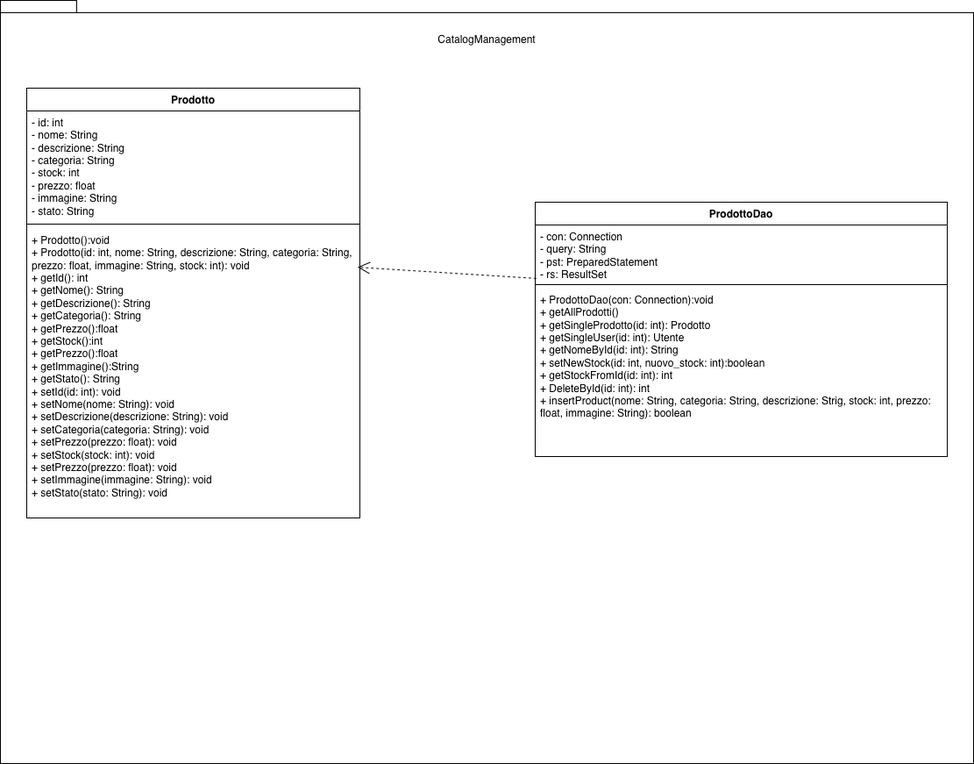
Earlier version of the draw.io export Deliverables/Object Design Document Images/CatalogManagement.png (SigsUni/LaCantina). Source tidied: cells renumbered, new cells last; positions are measured from the earlier drawing's top-left corner, leaving out a move shared by most shapes.
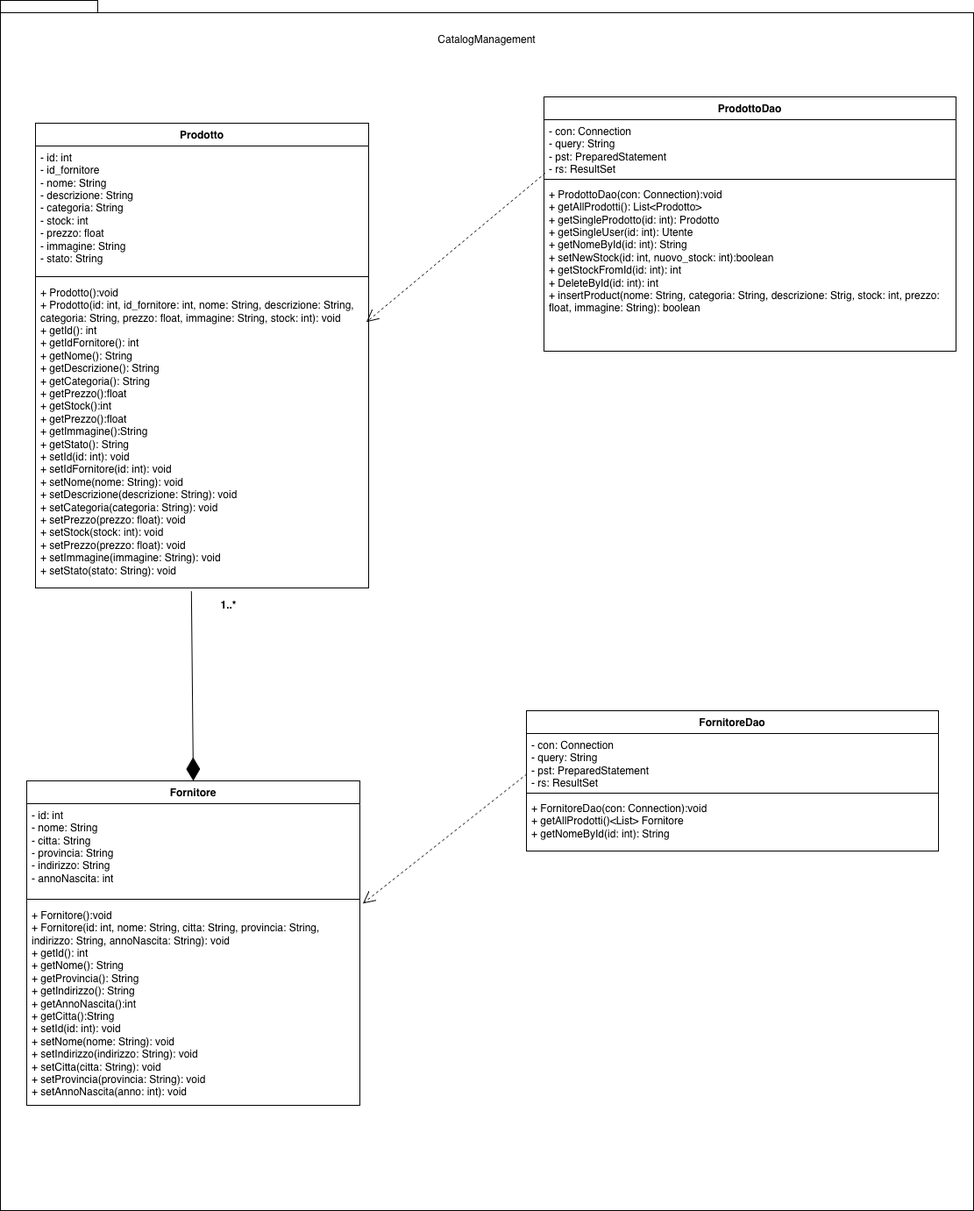
Later version of the same file.

The edit, as a diff of the source:
```diff
@@ -3,25 +3,25 @@
     <mxCell id="0" />
     <mxCell id="1" parent="0" />
     <mxCell id="2" style="shape=folder;fontStyle=1;spacingTop=10;tabWidth=40;tabHeight=14;tabPosition=left;html=1;whiteSpace=wrap;" parent="1" vertex="1">
-      <mxGeometry width="1110" height="870" as="geometry" />
+      <mxGeometry width="1110" height="1380" as="geometry" />
     </mxCell>
     <mxCell id="3" value="CatalogManagement" style="text;html=1;whiteSpace=wrap;strokeColor=none;fillColor=none;align=center;verticalAlign=middle;rounded=0;" parent="1" vertex="1">
       <mxGeometry x="525" y="30" width="60" height="30" as="geometry" />
     </mxCell>
     <mxCell id="4" value="Prodotto" style="swimlane;fontStyle=1;align=center;verticalAlign=top;horizontal=1;startSize=26;whiteSpace=wrap;html=1;" parent="1" vertex="1">
-      <mxGeometry x="30" y="100" width="380" height="490" as="geometry" />
+      <mxGeometry x="40" y="140" width="380" height="530" as="geometry" />
     </mxCell>
-    <mxCell id="5" value="&lt;div&gt;- id: int&lt;/div&gt;&lt;div&gt;- nome: String&lt;/div&gt;&lt;div&gt;- descrizione: String&lt;span style=&quot;white-space: pre;&quot;&gt;&#9;&lt;/span&gt;&lt;/div&gt;&lt;div&gt;&lt;span style=&quot;white-space: pre;&quot;&gt;- categoria: String&lt;/span&gt;&lt;/div&gt;&lt;div&gt;&lt;span style=&quot;white-space: pre;&quot;&gt;- stock: int&lt;/span&gt;&lt;/div&gt;&lt;div&gt;&lt;span style=&quot;white-space: pre;&quot;&gt;- prezzo: float&lt;/span&gt;&lt;/div&gt;&lt;div&gt;&lt;span style=&quot;white-space: pre;&quot;&gt;- immagine: String&lt;/span&gt;&lt;/div&gt;&lt;div&gt;&lt;span style=&quot;white-space: pre;&quot;&gt;- stato: String&lt;/span&gt;&lt;/div&gt;&lt;div&gt;&lt;span style=&quot;white-space: pre;&quot;&gt;&lt;br&gt;&lt;/span&gt;&lt;/div&gt;&lt;div&gt;&lt;span style=&quot;white-space: pre;&quot;&gt;&lt;br&gt;&lt;/span&gt;&lt;/div&gt;&lt;div&gt;&lt;span style=&quot;white-space: pre;&quot;&gt;&lt;br&gt;&lt;/span&gt;&lt;/div&gt;" style="text;strokeColor=none;fillColor=none;align=left;verticalAlign=top;spacingLeft=4;spacingRight=4;overflow=hidden;whiteSpace=wrap;html=1;" parent="4" vertex="1">
-      <mxGeometry y="26" width="380" height="124" as="geometry" />
+    <mxCell id="5" value="&lt;div&gt;- id: int&lt;/div&gt;&lt;div&gt;- id_fornitore&lt;/div&gt;&lt;div&gt;- nome: String&lt;/div&gt;&lt;div&gt;- descrizione: String&lt;span style=&quot;white-space: pre;&quot;&gt;&#9;&lt;/span&gt;&lt;/div&gt;&lt;div&gt;&lt;span style=&quot;white-space: pre;&quot;&gt;- categoria: String&lt;/span&gt;&lt;/div&gt;&lt;div&gt;&lt;span style=&quot;white-space: pre;&quot;&gt;- stock: int&lt;/span&gt;&lt;/div&gt;&lt;div&gt;&lt;span style=&quot;white-space: pre;&quot;&gt;- prezzo: float&lt;/span&gt;&lt;/div&gt;&lt;div&gt;&lt;span style=&quot;white-space: pre;&quot;&gt;- immagine: String&lt;/span&gt;&lt;/div&gt;&lt;div&gt;&lt;span style=&quot;white-space: pre;&quot;&gt;- stato: String&lt;/span&gt;&lt;/div&gt;&lt;div&gt;&lt;span style=&quot;white-space: pre;&quot;&gt;&lt;br&gt;&lt;/span&gt;&lt;/div&gt;&lt;div&gt;&lt;span style=&quot;white-space: pre;&quot;&gt;&lt;br&gt;&lt;/span&gt;&lt;/div&gt;&lt;div&gt;&lt;span style=&quot;white-space: pre;&quot;&gt;&lt;br&gt;&lt;/span&gt;&lt;/div&gt;" style="text;strokeColor=none;fillColor=none;align=left;verticalAlign=top;spacingLeft=4;spacingRight=4;overflow=hidden;whiteSpace=wrap;html=1;" parent="4" vertex="1">
+      <mxGeometry y="26" width="380" height="144" as="geometry" />
     </mxCell>
     <mxCell id="6" style="line;strokeWidth=1;fillColor=none;align=left;verticalAlign=middle;spacingTop=-1;spacingLeft=3;spacingRight=3;labelPosition=right;strokeColor=inherit;" parent="4" vertex="1">
-      <mxGeometry y="150" width="380" height="10" as="geometry" />
+      <mxGeometry y="170" width="380" height="10" as="geometry" />
     </mxCell>
-    <mxCell id="7" value="&lt;div&gt;+ Prodotto():void&lt;/div&gt;&lt;div&gt;+ Prodotto(id: int, nome: String, descrizione: String, categoria: String, prezzo: float, immagine: String, stock: int): void&lt;/div&gt;&lt;div&gt;+ getId(): int&lt;/div&gt;&lt;div&gt;+ getNome(): String&lt;/div&gt;&lt;div&gt;+ getDescrizione(): String&lt;/div&gt;&lt;div&gt;+ getCategoria(): String&lt;/div&gt;&lt;div&gt;+ getPrezzo():float&lt;/div&gt;&lt;div&gt;+ getStock():int&lt;/div&gt;&lt;div&gt;+ getPrezzo():float&lt;/div&gt;&lt;div&gt;+ getImmagine():String&lt;/div&gt;&lt;div&gt;+ getStato(): String&lt;/div&gt;&lt;div&gt;&lt;div&gt;&lt;/div&gt;&lt;div&gt;+ setId(id: int): void&lt;/div&gt;&lt;div&gt;+ setNome(nome: String): void&lt;/div&gt;&lt;div&gt;+ setDescrizione(descrizione: String): void&lt;/div&gt;&lt;div&gt;+ setCategoria(categoria: String): void&lt;/div&gt;&lt;div&gt;+ setPrezzo(prezzo: float): void&lt;/div&gt;&lt;div&gt;+ setStock(stock: int): void&lt;/div&gt;&lt;div&gt;+ setPrezzo(prezzo: float): void&lt;/div&gt;&lt;div&gt;+ setImmagine(immagine: String): void&lt;/div&gt;&lt;div&gt;+ setStato(stato: String): void&lt;/div&gt;&lt;br&gt;&lt;/div&gt;" style="text;strokeColor=none;fillColor=none;align=left;verticalAlign=top;spacingLeft=4;spacingRight=4;overflow=hidden;points=[[0,0.5],[1,0.5]];portConstraint=eastwest;whiteSpace=wrap;html=1;" parent="4" vertex="1">
-      <mxGeometry y="160" width="380" height="330" as="geometry" />
+    <mxCell id="7" value="&lt;div&gt;+ Prodotto():void&lt;/div&gt;&lt;div&gt;+ Prodotto(id: int, id_fornitore: int, nome: String, descrizione: String, categoria: String, prezzo: float, immagine: String, stock: int): void&lt;/div&gt;&lt;div&gt;+ getId(): int&lt;/div&gt;&lt;div&gt;+ getIdFornitore(): int&lt;/div&gt;&lt;div&gt;+ getNome(): String&lt;/div&gt;&lt;div&gt;+ getDescrizione(): String&lt;/div&gt;&lt;div&gt;+ getCategoria(): String&lt;/div&gt;&lt;div&gt;+ getPrezzo():float&lt;/div&gt;&lt;div&gt;+ getStock():int&lt;/div&gt;&lt;div&gt;+ getPrezzo():float&lt;/div&gt;&lt;div&gt;+ getImmagine():String&lt;/div&gt;&lt;div&gt;+ getStato(): String&lt;/div&gt;&lt;div&gt;&lt;div&gt;&lt;/div&gt;&lt;div&gt;+ setId(id: int): void&lt;/div&gt;&lt;div&gt;+ setIdFornitore(id: int): void&lt;/div&gt;&lt;div&gt;+ setNome(nome: String): void&lt;/div&gt;&lt;div&gt;+ setDescrizione(descrizione: String): void&lt;/div&gt;&lt;div&gt;+ setCategoria(categoria: String): void&lt;/div&gt;&lt;div&gt;+ setPrezzo(prezzo: float): void&lt;/div&gt;&lt;div&gt;+ setStock(stock: int): void&lt;/div&gt;&lt;div&gt;+ setPrezzo(prezzo: float): void&lt;/div&gt;&lt;div&gt;+ setImmagine(immagine: String): void&lt;/div&gt;&lt;div&gt;+ setStato(stato: String): void&lt;/div&gt;&lt;br&gt;&lt;/div&gt;" style="text;strokeColor=none;fillColor=none;align=left;verticalAlign=top;spacingLeft=4;spacingRight=4;overflow=hidden;points=[[0,0.5],[1,0.5]];portConstraint=eastwest;whiteSpace=wrap;html=1;" parent="4" vertex="1">
+      <mxGeometry y="180" width="380" height="350" as="geometry" />
     </mxCell>
     <mxCell id="8" value="ProdottoDao" style="swimlane;fontStyle=1;align=center;verticalAlign=top;horizontal=1;startSize=26;whiteSpace=wrap;html=1;" parent="1" vertex="1">
-      <mxGeometry x="610" y="230" width="470" height="290" as="geometry" />
+      <mxGeometry x="620" y="110" width="470" height="290" as="geometry" />
     </mxCell>
     <mxCell id="9" value="&lt;div&gt;- con: Connection&lt;/div&gt;&lt;div&gt;- query: String&lt;/div&gt;&lt;div&gt;- pst: PreparedStatement&lt;span style=&quot;white-space: pre;&quot;&gt;&#9;&lt;/span&gt;&lt;/div&gt;&lt;div&gt;&lt;span style=&quot;white-space: pre;&quot;&gt;- rs: ResultSet&lt;/span&gt;&lt;/div&gt;&lt;div&gt;&lt;span style=&quot;white-space: pre;&quot;&gt;&lt;br&gt;&lt;/span&gt;&lt;/div&gt;" style="text;strokeColor=none;fillColor=none;align=left;verticalAlign=top;spacingLeft=4;spacingRight=4;overflow=hidden;points=[[0,0.5],[1,0.5]];portConstraint=eastwest;whiteSpace=wrap;html=1;" parent="8" vertex="1">
       <mxGeometry y="26" width="470" height="64" as="geometry" />
@@ -29,11 +29,44 @@
     <mxCell id="10" style="line;strokeWidth=1;fillColor=none;align=left;verticalAlign=middle;spacingTop=-1;spacingLeft=3;spacingRight=3;labelPosition=right;strokeColor=inherit;" parent="8" vertex="1">
       <mxGeometry y="90" width="470" height="8" as="geometry" />
     </mxCell>
-    <mxCell id="11" value="&lt;div&gt;+ ProdottoDao(con: Connection):void&lt;/div&gt;&lt;div&gt;+ getAllProdotti()&lt;/div&gt;&lt;div&gt;+ getSingleProdotto(id: int): Prodotto&lt;/div&gt;&lt;div&gt;+ getSingleUser(id: int): Utente&lt;/div&gt;&lt;div&gt;+ getNomeById(id: int): String&lt;/div&gt;&lt;div&gt;+ setNewStock(id: int, nuovo_stock: int):boolean&lt;/div&gt;&lt;div&gt;+ getStockFromId(id: int): int&lt;/div&gt;&lt;div&gt;+ DeleteById(id: int): int&lt;/div&gt;&lt;div&gt;+ insertProduct(nome: String, categoria: String, descrizione: Strig, stock: int, prezzo: float, immagine: String): boolean&lt;/div&gt;" style="text;strokeColor=none;fillColor=none;align=left;verticalAlign=top;spacingLeft=4;spacingRight=4;overflow=hidden;whiteSpace=wrap;html=1;" parent="8" vertex="1">
+    <mxCell id="11" value="&lt;div&gt;+ ProdottoDao(con: Connection):void&lt;/div&gt;&lt;div&gt;+ getAllProdotti(): List&amp;lt;Prodotto&amp;gt;&lt;/div&gt;&lt;div&gt;+ getSingleProdotto(id: int): Prodotto&lt;/div&gt;&lt;div&gt;+ getSingleUser(id: int): Utente&lt;/div&gt;&lt;div&gt;+ getNomeById(id: int): String&lt;/div&gt;&lt;div&gt;+ setNewStock(id: int, nuovo_stock: int):boolean&lt;/div&gt;&lt;div&gt;+ getStockFromId(id: int): int&lt;/div&gt;&lt;div&gt;+ DeleteById(id: int): int&lt;/div&gt;&lt;div&gt;+ insertProduct(nome: String, categoria: String, descrizione: Strig, stock: int, prezzo: float, immagine: String): boolean&lt;/div&gt;" style="text;strokeColor=none;fillColor=none;align=left;verticalAlign=top;spacingLeft=4;spacingRight=4;overflow=hidden;whiteSpace=wrap;html=1;" parent="8" vertex="1">
       <mxGeometry y="98" width="470" height="192" as="geometry" />
     </mxCell>
     <mxCell id="12" style="endArrow=open;endSize=12;dashed=1;html=1;rounded=0;exitX=0.003;exitY=0.953;exitDx=0;exitDy=0;exitPerimeter=0;entryX=0.993;entryY=0.134;entryDx=0;entryDy=0;entryPerimeter=0;" parent="1" edge="1" source="9" target="7">
       <mxGeometry relative="1" as="geometry" />
     </mxCell>
+    <mxCell id="13" value="Fornitore" style="swimlane;fontStyle=1;align=center;verticalAlign=top;horizontal=1;startSize=26;whiteSpace=wrap;html=1;" parent="1" vertex="1">
+      <mxGeometry x="30" y="890" width="380" height="370" as="geometry" />
+    </mxCell>
+    <mxCell id="14" value="&lt;div&gt;- id: int&lt;/div&gt;&lt;div&gt;- nome: String&lt;/div&gt;&lt;div&gt;- citta: String&lt;span style=&quot;white-space: pre;&quot;&gt;&#9;&lt;/span&gt;&lt;/div&gt;&lt;div&gt;&lt;span style=&quot;white-space: pre;&quot;&gt;- provincia: String&lt;/span&gt;&lt;/div&gt;&lt;div&gt;&lt;span style=&quot;white-space: pre;&quot;&gt;- indirizzo: String&lt;/span&gt;&lt;/div&gt;&lt;div&gt;&lt;span style=&quot;white-space: pre;&quot;&gt;- annoNascita: int&lt;/span&gt;&lt;/div&gt;&lt;div&gt;&lt;span style=&quot;white-space: pre;&quot;&gt;&lt;br&gt;&lt;/span&gt;&lt;/div&gt;&lt;div&gt;&lt;span style=&quot;white-space: pre;&quot;&gt;&lt;br&gt;&lt;/span&gt;&lt;/div&gt;&lt;div&gt;&lt;span style=&quot;white-space: pre;&quot;&gt;&lt;br&gt;&lt;/span&gt;&lt;/div&gt;" style="text;strokeColor=none;fillColor=none;align=left;verticalAlign=top;spacingLeft=4;spacingRight=4;overflow=hidden;whiteSpace=wrap;html=1;" parent="13" vertex="1">
+      <mxGeometry y="26" width="380" height="104" as="geometry" />
+    </mxCell>
+    <mxCell id="15" style="line;strokeWidth=1;fillColor=none;align=left;verticalAlign=middle;spacingTop=-1;spacingLeft=3;spacingRight=3;labelPosition=right;strokeColor=inherit;" parent="13" vertex="1">
+      <mxGeometry y="130" width="380" height="10" as="geometry" />
+    </mxCell>
+    <mxCell id="16" value="&lt;div&gt;+ Fornitore():void&lt;/div&gt;&lt;div&gt;+ Fornitore(id: int, nome: String, citta: String, provincia: String, indirizzo: String, annoNascita: String): void&lt;/div&gt;&lt;div&gt;+ getId(): int&lt;/div&gt;&lt;div&gt;+ getNome(): String&lt;/div&gt;&lt;div&gt;+ getProvincia(): String&lt;/div&gt;&lt;div&gt;+ getIndirizzo(): String&lt;/div&gt;&lt;div&gt;+ getAnnoNascita():int&lt;/div&gt;&lt;div&gt;+ getCitta():String&lt;/div&gt;&lt;div&gt;&lt;div&gt;&lt;/div&gt;&lt;div&gt;+ setId(id: int): void&lt;/div&gt;&lt;div&gt;+ setNome(nome: String): void&lt;/div&gt;&lt;div&gt;+ setIndirizzo(indirizzo: String): void&lt;/div&gt;&lt;div&gt;+ setCitta(citta: String): void&lt;/div&gt;&lt;div&gt;+ setProvincia(provincia: String): void&lt;/div&gt;&lt;div&gt;+ setAnnoNascita(anno: int): void&lt;/div&gt;&lt;br&gt;&lt;/div&gt;" style="text;strokeColor=none;fillColor=none;align=left;verticalAlign=top;spacingLeft=4;spacingRight=4;overflow=hidden;points=[[0,0.5],[1,0.5]];portConstraint=eastwest;whiteSpace=wrap;html=1;" parent="13" vertex="1">
+      <mxGeometry y="140" width="380" height="230" as="geometry" />
+    </mxCell>
+    <mxCell id="17" style="endArrow=diamondThin;endFill=1;endSize=24;html=1;rounded=0;entryX=0.5;entryY=0;entryDx=0;entryDy=0;exitX=0.468;exitY=1.011;exitDx=0;exitDy=0;exitPerimeter=0;" parent="1" edge="1" source="7" target="13">
+      <mxGeometry relative="1" as="geometry" />
+    </mxCell>
+    <mxCell id="18" value="1..*" style="text;align=center;fontStyle=1;verticalAlign=middle;spacingLeft=3;spacingRight=3;strokeColor=none;html=1;" parent="1" vertex="1">
+      <mxGeometry x="220" y="677" width="80" height="26" as="geometry" />
+    </mxCell>
+    <mxCell id="19" value="FornitoreDao" style="swimlane;fontStyle=1;align=center;verticalAlign=top;horizontal=1;startSize=26;whiteSpace=wrap;html=1;" parent="1" vertex="1">
+      <mxGeometry x="600" y="810" width="470" height="160" as="geometry" />
+    </mxCell>
+    <mxCell id="20" value="&lt;div&gt;- con: Connection&lt;/div&gt;&lt;div&gt;- query: String&lt;/div&gt;&lt;div&gt;- pst: PreparedStatement&lt;span style=&quot;white-space: pre;&quot;&gt;&#9;&lt;/span&gt;&lt;/div&gt;&lt;div&gt;&lt;span style=&quot;white-space: pre;&quot;&gt;- rs: ResultSet&lt;/span&gt;&lt;/div&gt;&lt;div&gt;&lt;span style=&quot;white-space: pre;&quot;&gt;&lt;br&gt;&lt;/span&gt;&lt;/div&gt;" style="text;strokeColor=none;fillColor=none;align=left;verticalAlign=top;spacingLeft=4;spacingRight=4;overflow=hidden;points=[[0,0.5],[1,0.5]];portConstraint=eastwest;whiteSpace=wrap;html=1;" parent="19" vertex="1">
+      <mxGeometry y="26" width="470" height="64" as="geometry" />
+    </mxCell>
+    <mxCell id="21" style="line;strokeWidth=1;fillColor=none;align=left;verticalAlign=middle;spacingTop=-1;spacingLeft=3;spacingRight=3;labelPosition=right;strokeColor=inherit;" parent="19" vertex="1">
+      <mxGeometry y="90" width="470" height="8" as="geometry" />
+    </mxCell>
+    <mxCell id="22" value="&lt;div&gt;+ FornitoreDao(con: Connection):void&lt;/div&gt;&lt;div&gt;+ getAllProdotti()&amp;lt;List&amp;gt; Fornitore&lt;/div&gt;&lt;div&gt;+ getNomeById(id: int): String&lt;/div&gt;" style="text;strokeColor=none;fillColor=none;align=left;verticalAlign=top;spacingLeft=4;spacingRight=4;overflow=hidden;whiteSpace=wrap;html=1;" parent="19" vertex="1">
+      <mxGeometry y="98" width="470" height="62" as="geometry" />
+    </mxCell>
+    <mxCell id="23" style="endArrow=open;endSize=12;dashed=1;html=1;rounded=0;exitX=0.001;exitY=0.721;exitDx=0;exitDy=0;exitPerimeter=0;entryX=1.009;entryY=-0.001;entryDx=0;entryDy=0;entryPerimeter=0;" parent="1" edge="1" source="20" target="16">
+      <mxGeometry relative="1" as="geometry" />
+    </mxCell>
   </root>
 </mxGraphModel>
```
